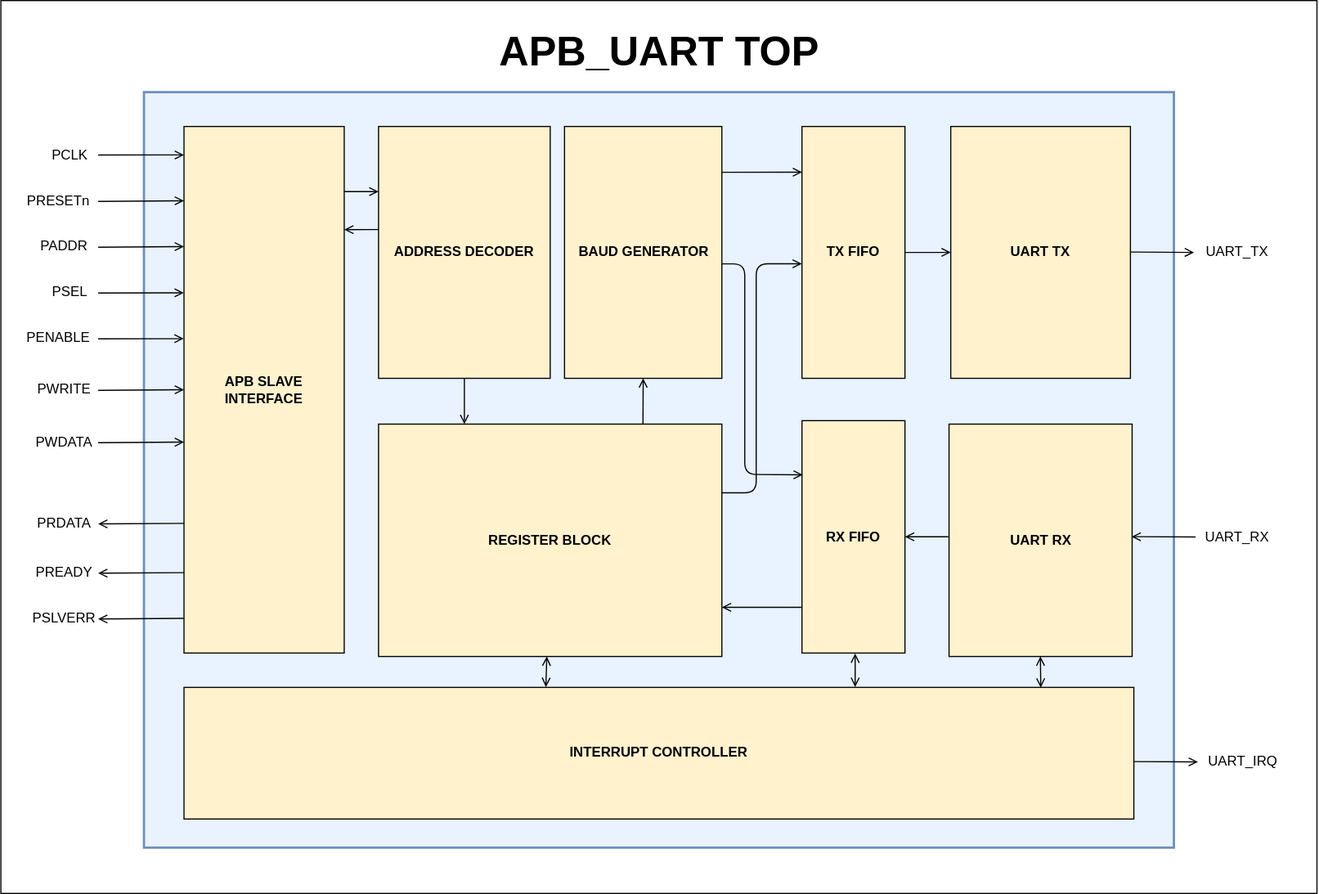
ADN-VLSI/apb-uart keeps this draw.io diagram as document/apb_uart_top.svg. Above is the earlier version. Source tidied: cells renumbered, new cells last; positions are measured from the earlier drawing's top-left corner, leaving out a move shared by most shapes.
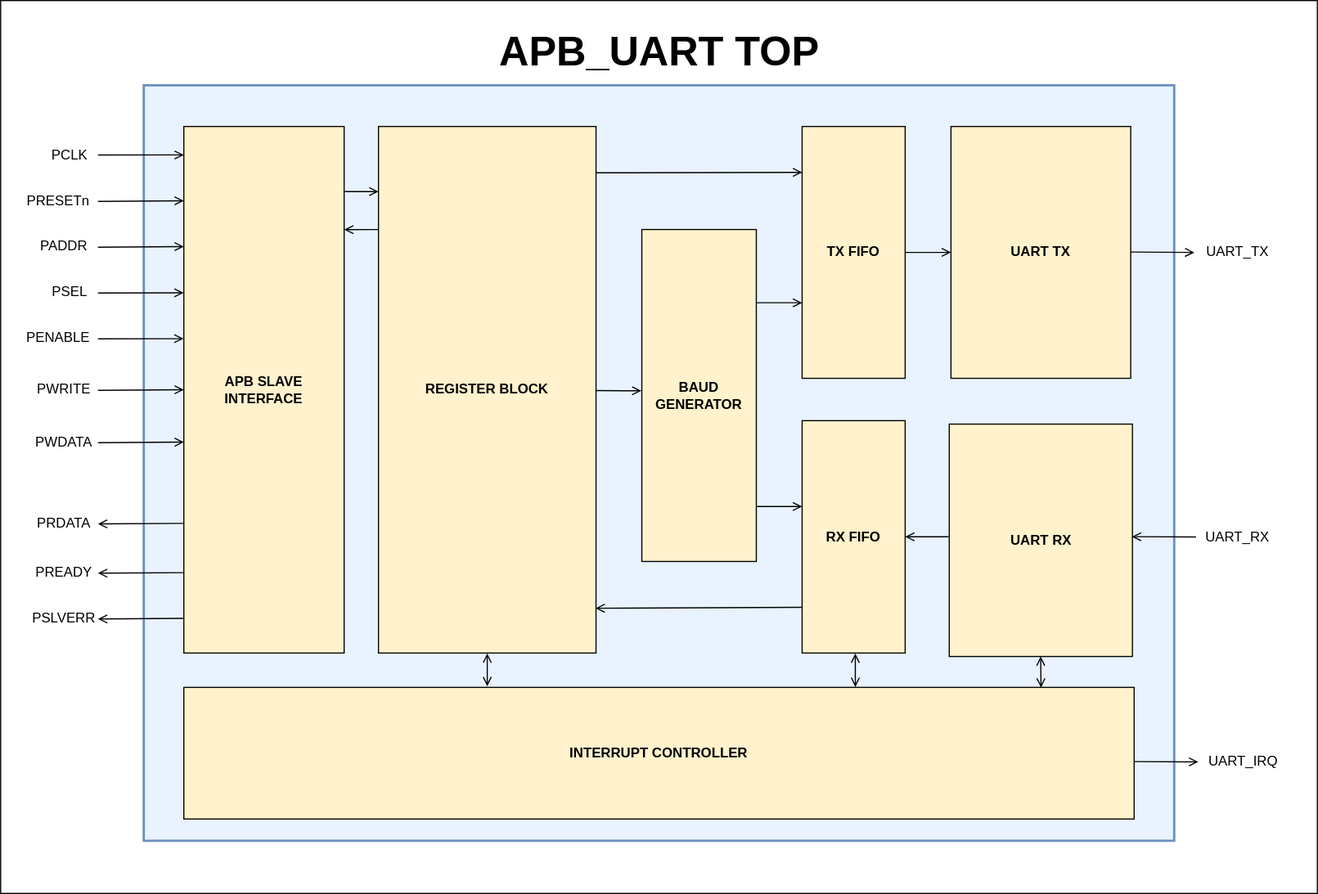
The same file after the commit.

Diff of the diagram source:
```diff
@@ -6,7 +6,7 @@
       <mxGeometry width="1150" height="780" as="geometry" />
     </mxCell>
     <mxCell id="3" style="whiteSpace=wrap;html=1;fillColor=#E8F3FF;strokeColor=#6c8ebf;strokeWidth=2;" parent="1" vertex="1">
-      <mxGeometry x="125" y="80" width="900" height="660" as="geometry" />
+      <mxGeometry x="125" y="74" width="900" height="660" as="geometry" />
     </mxCell>
     <mxCell id="4" style="edgeStyle=none;html=1;entryX=0;entryY=0.054;entryDx=0;entryDy=0;entryPerimeter=0;endArrow=open;endFill=0;" parent="1" edge="1" source="5" target="18">
       <mxGeometry relative="1" as="geometry" />
@@ -103,14 +103,11 @@
         <mxPoint x="160" y="539.8" as="targetPoint" />
       </mxGeometry>
     </mxCell>
-    <mxCell id="28" style="edgeStyle=none;html=1;exitX=0.5;exitY=1;exitDx=0;exitDy=0;entryX=0.25;entryY=0;entryDx=0;entryDy=0;endArrow=open;endFill=0;" parent="1" edge="1" source="29" target="30">
-      <mxGeometry relative="1" as="geometry" />
-    </mxCell>
-    <mxCell id="29" value="&lt;b&gt;ADDRESS DECODER&lt;/b&gt;" style="whiteSpace=wrap;html=1;fillColor=#fff2cc;strokeColor=#000000;" parent="1" vertex="1">
-      <mxGeometry x="330" y="110" width="150" height="220" as="geometry" />
-    </mxCell>
+    <mxCell id="53" style="edgeStyle=none;html=1;entryX=-0.004;entryY=0.486;entryDx=0;entryDy=0;entryPerimeter=0;endArrow=open;endFill=0;" parent="1" edge="1" source="30" target="35">
+      <mxGeometry relative="1" as="geometry" />
+    </mxCell>
     <mxCell id="30" value="&lt;b&gt;REGISTER BLOCK&lt;/b&gt;&lt;b style=&quot;color: rgb(63, 63, 63); background-color: transparent;&quot;&gt;&amp;nbsp;&lt;/b&gt;" style="whiteSpace=wrap;html=1;fillColor=#fff2cc;strokeColor=#000000;" parent="1" vertex="1">
-      <mxGeometry x="330" y="370" width="300" height="203" as="geometry" />
+      <mxGeometry x="330" y="110" width="190" height="460" as="geometry" />
     </mxCell>
     <mxCell id="31" style="edgeStyle=none;html=1;entryX=0;entryY=0.054;entryDx=0;entryDy=0;entryPerimeter=0;endArrow=open;endFill=0;exitX=1.001;exitY=0.141;exitDx=0;exitDy=0;exitPerimeter=0;" parent="1" edge="1">
       <mxGeometry relative="1" as="geometry">
@@ -131,7 +128,7 @@
       <mxGeometry x="830" y="110" width="157" height="220" as="geometry" />
     </mxCell>
     <mxCell id="35" value="&lt;b&gt;BAUD GENERATOR&lt;/b&gt;" style="whiteSpace=wrap;html=1;fillColor=#fff2cc;strokeColor=#000000;" parent="1" vertex="1">
-      <mxGeometry x="492.5" y="110" width="137.5" height="220" as="geometry" />
+      <mxGeometry x="560" y="200" width="100" height="290" as="geometry" />
     </mxCell>
     <mxCell id="36" style="edgeStyle=none;html=1;endArrow=open;endFill=0;" parent="1" edge="1" source="37" target="34">
       <mxGeometry relative="1" as="geometry" />
@@ -148,43 +145,20 @@
     <mxCell id="40" value="&lt;b&gt;INTERRUPT CONTROLLER&lt;/b&gt;" style="whiteSpace=wrap;html=1;fillColor=#fff2cc;strokeColor=#000000;" parent="1" vertex="1">
       <mxGeometry x="160" y="600" width="830" height="115" as="geometry" />
     </mxCell>
-    <mxCell id="41" style="edgeStyle=none;html=1;exitX=0.5;exitY=1;exitDx=0;exitDy=0;entryX=0.25;entryY=0;entryDx=0;entryDy=0;endArrow=none;endFill=0;startArrow=open;startFill=0;" parent="1" edge="1" source="35">
-      <mxGeometry relative="1" as="geometry">
-        <mxPoint x="561.1" y="370" as="targetPoint" />
-      </mxGeometry>
-    </mxCell>
-    <mxCell id="42" style="edgeStyle=none;html=1;entryX=0.381;entryY=-0.003;entryDx=0;entryDy=0;entryPerimeter=0;startArrow=open;startFill=0;endArrow=open;endFill=0;" parent="1" edge="1" source="30" target="40">
-      <mxGeometry relative="1" as="geometry" />
+    <mxCell id="42" style="edgeStyle=none;html=1;startArrow=open;startFill=0;endArrow=open;endFill=0;" parent="1" edge="1">
+      <mxGeometry relative="1" as="geometry">
+        <mxPoint x="425" y="570.4" as="sourcePoint" />
+        <mxPoint x="425" y="599" as="targetPoint" />
+      </mxGeometry>
     </mxCell>
-    <mxCell id="43" style="edgeStyle=none;html=1;entryX=0.639;entryY=0.106;entryDx=0;entryDy=0;entryPerimeter=0;endArrow=open;endFill=0;exitX=1.001;exitY=0.141;exitDx=0;exitDy=0;exitPerimeter=0;" parent="1" edge="1" target="3">
-      <mxGeometry relative="1" as="geometry">
-        <mxPoint x="630" y="150" as="sourcePoint" />
-      </mxGeometry>
+    <mxCell id="43" style="edgeStyle=none;html=1;entryX=0.001;entryY=0.182;entryDx=0;entryDy=0;entryPerimeter=0;endArrow=open;endFill=0;exitX=0.998;exitY=0.088;exitDx=0;exitDy=0;exitPerimeter=0;" parent="1" edge="1" source="30" target="37">
+      <mxGeometry relative="1" as="geometry" />
     </mxCell>
-    <mxCell id="44" style="edgeStyle=none;html=1;entryX=0.639;entryY=0.106;entryDx=0;entryDy=0;entryPerimeter=0;endArrow=none;endFill=0;exitX=1.001;exitY=0.141;exitDx=0;exitDy=0;exitPerimeter=0;startArrow=open;startFill=0;" parent="1" edge="1">
+    <mxCell id="44" style="edgeStyle=none;html=1;entryX=0.639;entryY=0.106;entryDx=0;entryDy=0;entryPerimeter=0;endArrow=none;endFill=0;exitX=0.998;exitY=0.915;exitDx=0;exitDy=0;exitPerimeter=0;startArrow=open;startFill=0;" parent="1" edge="1" source="30">
       <mxGeometry relative="1" as="geometry">
-        <mxPoint x="630" y="530" as="sourcePoint" />
         <mxPoint x="700" y="530" as="targetPoint" />
       </mxGeometry>
     </mxCell>
-    <mxCell id="45" style="edgeStyle=none;html=1;entryX=-0.001;entryY=0.545;entryDx=0;entryDy=0;entryPerimeter=0;endArrow=open;endFill=0;exitX=1.001;exitY=0.141;exitDx=0;exitDy=0;exitPerimeter=0;" parent="1" edge="1" target="37">
-      <mxGeometry relative="1" as="geometry">
-        <mxPoint x="630" y="430" as="sourcePoint" />
-        <Array as="points">
-          <mxPoint x="660" y="430" />
-          <mxPoint x="660" y="230" />
-        </Array>
-      </mxGeometry>
-    </mxCell>
-    <mxCell id="46" style="edgeStyle=none;html=1;entryX=0.008;entryY=0.233;entryDx=0;entryDy=0;entryPerimeter=0;endArrow=open;endFill=0;exitX=1.001;exitY=0.141;exitDx=0;exitDy=0;exitPerimeter=0;" parent="1" edge="1" target="39">
-      <mxGeometry relative="1" as="geometry">
-        <mxPoint x="630" y="230" as="sourcePoint" />
-        <Array as="points">
-          <mxPoint x="650" y="230" />
-          <mxPoint x="650" y="414" />
-        </Array>
-      </mxGeometry>
-    </mxCell>
     <mxCell id="47" style="edgeStyle=none;html=1;endArrow=open;endFill=0;entryX=0.032;entryY=0.502;entryDx=0;entryDy=0;entryPerimeter=0;" parent="1" edge="1" target="15">
       <mxGeometry relative="1" as="geometry">
         <mxPoint x="987" y="219.7" as="sourcePoint" />
@@ -216,5 +190,17 @@
         <mxPoint x="908.3" y="573" as="sourcePoint" />
       </mxGeometry>
     </mxCell>
+    <mxCell id="54" style="edgeStyle=none;html=1;endArrow=open;endFill=0;" parent="1" edge="1">
+      <mxGeometry relative="1" as="geometry">
+        <mxPoint x="660" y="264" as="sourcePoint" />
+        <mxPoint x="700" y="264" as="targetPoint" />
+      </mxGeometry>
+    </mxCell>
+    <mxCell id="55" style="edgeStyle=none;html=1;endArrow=open;endFill=0;" parent="1" edge="1">
+      <mxGeometry relative="1" as="geometry">
+        <mxPoint x="660" y="442" as="sourcePoint" />
+        <mxPoint x="700" y="442" as="targetPoint" />
+      </mxGeometry>
+    </mxCell>
   </root>
 </mxGraphModel>
```
